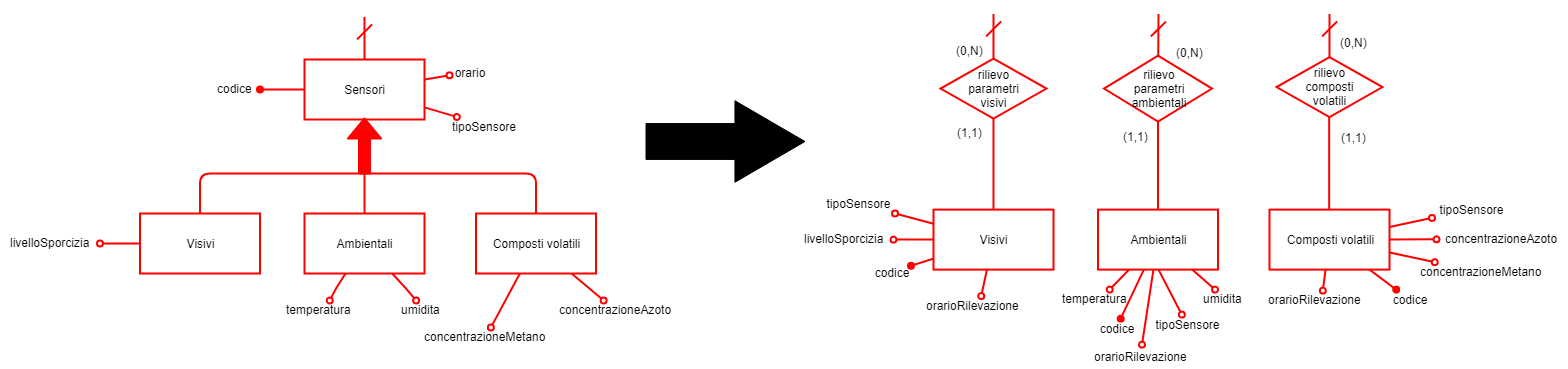
Above: ridondanze/sensori.png in glmquint/Farmhouse (draw.io), before the change. Source tidied: cells renumbered, new cells last; positions are measured from the earlier drawing's top-left corner, leaving out a move shared by most shapes.
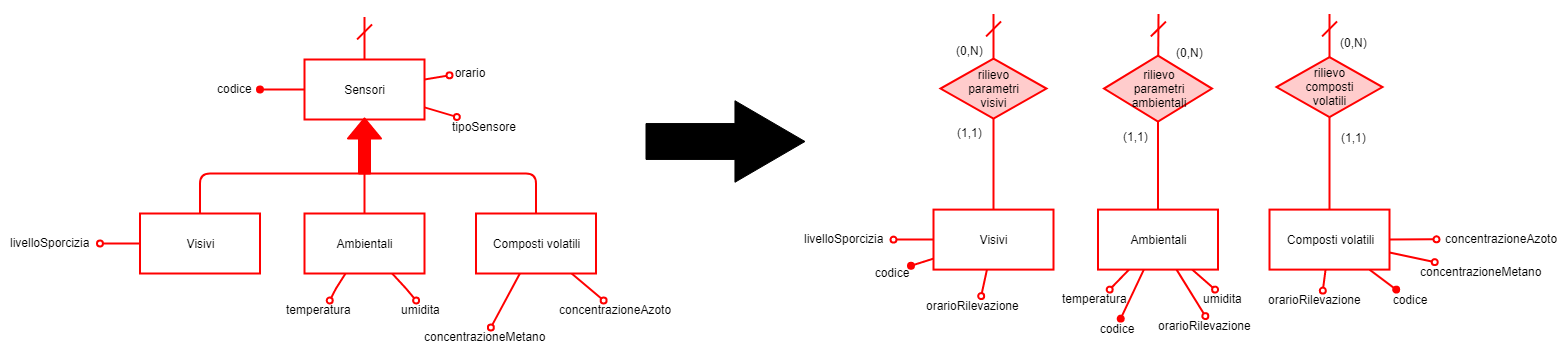
After the change.

The edit, as a diff of the source:
```diff
@@ -93,159 +93,137 @@
     <mxCell id="25" value="concentrazioneAzoto" style="text;html=1;points=[];align=center;verticalAlign=top;spacingTop=-4;" parent="1" vertex="1">
       <mxGeometry x="550" y="287" width="130" height="20" as="geometry" />
     </mxCell>
-    <mxCell id="26" style="edgeStyle=none;rounded=1;jettySize=auto;html=1;endArrow=none;endFill=0;strokeColor=#FF0000;strokeWidth=2;" parent="1" edge="1" source="27" target="32">
+    <mxCell id="26" style="edgeStyle=none;rounded=1;jettySize=auto;html=1;endArrow=none;endFill=0;strokeColor=#FF0000;strokeWidth=2;" parent="1" edge="1" source="27" target="31">
       <mxGeometry relative="1" as="geometry" />
     </mxCell>
-    <mxCell id="27" value="rilievo&lt;br&gt;parametri&lt;br&gt;visivi" style="rhombus;whiteSpace=wrap;html=1;align=center;strokeColor=#FF0000;strokeWidth=2;" parent="1" vertex="1">
+    <mxCell id="27" value="rilievo&lt;br&gt;parametri&lt;br&gt;visivi" style="rhombus;whiteSpace=wrap;html=1;align=center;strokeColor=#FF0000;strokeWidth=2;fillColor=#FFCCCC;" parent="1" vertex="1">
       <mxGeometry x="940" y="45.1" width="106" height="60" as="geometry" />
     </mxCell>
-    <mxCell id="28" style="edgeStyle=none;rounded=1;jettySize=auto;html=1;endArrow=oval;endFill=0;fillColor=#000000;strokeColor=#FF0000;strokeWidth=2;" parent="1" edge="1" source="32" target="39">
+    <mxCell id="28" style="edgeStyle=none;rounded=1;jettySize=auto;html=1;endArrow=oval;endFill=0;fillColor=#000000;strokeColor=#FF0000;strokeWidth=2;" parent="1" edge="1" source="31" target="37">
       <mxGeometry relative="1" as="geometry" />
     </mxCell>
-    <mxCell id="29" style="rounded=0;jettySize=auto;html=1;endArrow=oval;endFill=1;strokeColor=#FF0000;strokeWidth=2;" parent="1" edge="1" source="32" target="53">
+    <mxCell id="29" style="rounded=0;jettySize=auto;html=1;endArrow=oval;endFill=1;strokeColor=#FF0000;strokeWidth=2;" parent="1" edge="1" source="31" target="49">
       <mxGeometry relative="1" as="geometry" />
     </mxCell>
-    <mxCell id="30" style="edgeStyle=none;rounded=0;jettySize=auto;html=1;endArrow=oval;endFill=0;strokeColor=#FF0000;strokeWidth=2;" parent="1" edge="1" source="32" target="52">
+    <mxCell id="30" style="rounded=0;jettySize=auto;html=1;endArrow=oval;endFill=0;strokeColor=#FF0000;strokeWidth=2;" parent="1" edge="1" source="31" target="60">
       <mxGeometry relative="1" as="geometry" />
     </mxCell>
-    <mxCell id="31" style="rounded=0;jettySize=auto;html=1;endArrow=oval;endFill=0;strokeColor=#FF0000;strokeWidth=2;" parent="1" edge="1" source="32" target="66">
-      <mxGeometry relative="1" as="geometry" />
+    <mxCell id="31" value="Visivi&lt;br&gt;" style="rounded=0;whiteSpace=wrap;html=1;align=center;strokeColor=#FF0000;strokeWidth=2;" parent="1" vertex="1">
+      <mxGeometry x="933" y="196.1" width="120" height="60" as="geometry" />
     </mxCell>
-    <mxCell id="32" value="Visivi&lt;br&gt;" style="rounded=0;whiteSpace=wrap;html=1;align=center;strokeColor=#FF0000;strokeWidth=2;" parent="1" vertex="1">
-      <mxGeometry x="933" y="196.1" width="120" height="60" as="geometry" />
+    <mxCell id="32" style="edgeStyle=none;rounded=1;jettySize=auto;html=1;endArrow=oval;endFill=0;fillColor=#000000;strokeColor=#FF0000;strokeWidth=2;" parent="1" edge="1" source="36" target="38">
+      <mxGeometry relative="1" as="geometry" />
     </mxCell>
-    <mxCell id="33" style="edgeStyle=none;rounded=1;jettySize=auto;html=1;endArrow=oval;endFill=0;fillColor=#000000;strokeColor=#FF0000;strokeWidth=2;" parent="1" edge="1" source="38" target="40">
+    <mxCell id="33" style="edgeStyle=none;rounded=1;jettySize=auto;html=1;endArrow=oval;endFill=0;fillColor=#000000;strokeColor=#FF0000;strokeWidth=2;" parent="1" edge="1" source="36" target="39">
       <mxGeometry relative="1" as="geometry" />
     </mxCell>
-    <mxCell id="34" style="edgeStyle=none;rounded=1;jettySize=auto;html=1;endArrow=oval;endFill=0;fillColor=#000000;strokeColor=#FF0000;strokeWidth=2;" parent="1" edge="1" source="38" target="41">
+    <mxCell id="34" style="edgeStyle=none;rounded=0;jettySize=auto;html=1;endArrow=oval;endFill=1;strokeColor=#FF0000;strokeWidth=2;" parent="1" edge="1" source="36" target="51">
       <mxGeometry relative="1" as="geometry" />
     </mxCell>
-    <mxCell id="35" style="edgeStyle=none;rounded=0;jettySize=auto;html=1;endArrow=oval;endFill=1;strokeColor=#FF0000;strokeWidth=2;" parent="1" edge="1" source="38" target="57">
+    <mxCell id="35" style="edgeStyle=none;rounded=0;jettySize=auto;html=1;endArrow=oval;endFill=0;strokeColor=#FF0000;strokeWidth=2;" parent="1" edge="1" source="36" target="62">
       <mxGeometry relative="1" as="geometry" />
     </mxCell>
-    <mxCell id="36" style="edgeStyle=none;rounded=0;jettySize=auto;html=1;endArrow=oval;endFill=0;strokeColor=#FF0000;strokeWidth=2;" parent="1" edge="1" source="38" target="55">
-      <mxGeometry relative="1" as="geometry" />
+    <mxCell id="36" value="Composti volatili&lt;br&gt;" style="rounded=0;whiteSpace=wrap;html=1;align=center;strokeColor=#FF0000;strokeWidth=2;" parent="1" vertex="1">
+      <mxGeometry x="1269" y="196.1" width="120" height="60" as="geometry" />
     </mxCell>
-    <mxCell id="37" style="edgeStyle=none;rounded=0;jettySize=auto;html=1;endArrow=oval;endFill=0;strokeColor=#FF0000;strokeWidth=2;" parent="1" edge="1" source="38" target="68">
-      <mxGeometry relative="1" as="geometry" />
+    <mxCell id="37" value="livelloSporcizia" style="text;html=1;points=[];align=center;verticalAlign=top;spacingTop=-4;" parent="1" vertex="1">
+      <mxGeometry x="793" y="216.1" width="100" height="20" as="geometry" />
     </mxCell>
-    <mxCell id="38" value="Composti volatili&lt;br&gt;" style="rounded=0;whiteSpace=wrap;html=1;align=center;strokeColor=#FF0000;strokeWidth=2;" parent="1" vertex="1">
-      <mxGeometry x="1269" y="196.1" width="120" height="60" as="geometry" />
+    <mxCell id="38" value="concentrazioneAzoto" style="text;html=1;points=[];align=center;verticalAlign=top;spacingTop=-4;" parent="1" vertex="1">
+      <mxGeometry x="1436" y="215.6" width="130" height="20" as="geometry" />
     </mxCell>
-    <mxCell id="39" value="livelloSporcizia" style="text;html=1;points=[];align=center;verticalAlign=top;spacingTop=-4;" parent="1" vertex="1">
-      <mxGeometry x="793" y="216.1" width="100" height="20" as="geometry" />
+    <mxCell id="39" value="concentrazioneMetano" style="text;html=1;points=[];align=center;verticalAlign=top;spacingTop=-4;" parent="1" vertex="1">
+      <mxGeometry x="1411" y="248.6" width="140" height="20" as="geometry" />
     </mxCell>
-    <mxCell id="40" value="concentrazioneAzoto" style="text;html=1;points=[];align=center;verticalAlign=top;spacingTop=-4;" parent="1" vertex="1">
-      <mxGeometry x="1436" y="215.6" width="130" height="20" as="geometry" />
+    <mxCell id="40" value="(0,N)" style="text;html=1;points=[];align=center;verticalAlign=top;spacingTop=-4;" parent="1" vertex="1">
+      <mxGeometry x="945" y="28.1" width="48" height="12" as="geometry" />
     </mxCell>
-    <mxCell id="41" value="concentrazioneMetano" style="text;html=1;points=[];align=center;verticalAlign=top;spacingTop=-4;" parent="1" vertex="1">
-      <mxGeometry x="1411" y="248.6" width="140" height="20" as="geometry" />
+    <mxCell id="41" value="(1,1)&lt;br&gt;" style="text;html=1;points=[];align=center;verticalAlign=top;spacingTop=-4;" parent="1" vertex="1">
+      <mxGeometry x="949.5" y="110.1" width="40" height="20" as="geometry" />
     </mxCell>
-    <mxCell id="42" value="(0,N)" style="text;html=1;align=center;verticalAlign=top;spacingTop=-4;" parent="1" vertex="1">
-      <mxGeometry x="945" y="28.1" width="48" height="12" as="geometry" />
+    <mxCell id="42" style="rounded=0;jettySize=auto;html=1;endArrow=oval;endFill=0;elbow=vertical;strokeColor=#FF0000;strokeWidth=2;" parent="1" edge="1" source="46" target="47">
+      <mxGeometry relative="1" as="geometry" />
     </mxCell>
-    <mxCell id="43" value="(1,1)&lt;br&gt;" style="text;html=1;align=center;verticalAlign=top;spacingTop=-4;" parent="1" vertex="1">
-      <mxGeometry x="949.5" y="110.1" width="40" height="20" as="geometry" />
+    <mxCell id="43" style="edgeStyle=none;rounded=0;jettySize=auto;html=1;endArrow=oval;endFill=0;strokeColor=#FF0000;strokeWidth=2;" parent="1" edge="1" source="46" target="48">
+      <mxGeometry relative="1" as="geometry" />
     </mxCell>
-    <mxCell id="44" style="rounded=0;jettySize=auto;html=1;endArrow=oval;endFill=0;elbow=vertical;strokeColor=#FF0000;strokeWidth=2;" parent="1" edge="1" source="49" target="50">
+    <mxCell id="44" style="edgeStyle=none;rounded=0;jettySize=auto;html=1;endArrow=oval;endFill=1;strokeColor=#FF0000;strokeWidth=2;" parent="1" edge="1" source="46" target="50">
       <mxGeometry relative="1" as="geometry" />
     </mxCell>
-    <mxCell id="45" style="edgeStyle=none;rounded=0;jettySize=auto;html=1;endArrow=oval;endFill=0;strokeColor=#FF0000;strokeWidth=2;" parent="1" edge="1" source="49" target="51">
+    <mxCell id="45" style="edgeStyle=none;rounded=0;jettySize=auto;html=1;endArrow=oval;endFill=0;strokeColor=#FF0000;strokeWidth=2;" parent="1" edge="1" source="46" target="61">
       <mxGeometry relative="1" as="geometry" />
     </mxCell>
-    <mxCell id="46" style="edgeStyle=none;rounded=0;jettySize=auto;html=1;endArrow=oval;endFill=1;strokeColor=#FF0000;strokeWidth=2;" parent="1" edge="1" source="49" target="56">
-      <mxGeometry relative="1" as="geometry" />
+    <mxCell id="46" value="Ambientali" style="rounded=0;whiteSpace=wrap;html=1;align=center;strokeColor=#FF0000;strokeWidth=2;" parent="1" vertex="1">
+      <mxGeometry x="1097.5" y="196.1" width="120" height="60" as="geometry" />
     </mxCell>
-    <mxCell id="47" style="edgeStyle=none;rounded=0;jettySize=auto;html=1;endArrow=oval;endFill=0;strokeColor=#FF0000;strokeWidth=2;" parent="1" edge="1" target="54">
-      <mxGeometry relative="1" as="geometry">
-        <mxPoint x="1157.5" y="255.1" as="sourcePoint" />
-      </mxGeometry>
+    <mxCell id="47" value="temperatura" style="text;html=1;points=[];align=left;verticalAlign=top;spacingTop=-4;" parent="1" vertex="1">
+      <mxGeometry x="1059.5" y="276.1" width="80" height="20" as="geometry" />
     </mxCell>
-    <mxCell id="48" style="edgeStyle=none;rounded=0;jettySize=auto;html=1;endArrow=oval;endFill=0;strokeColor=#FF0000;strokeWidth=2;" parent="1" edge="1" source="49">
-      <mxGeometry relative="1" as="geometry">
-        <mxPoint x="1141.5" y="331.1" as="targetPoint" />
-      </mxGeometry>
+    <mxCell id="48" value="umidita" style="text;html=1;points=[];align=left;verticalAlign=top;spacingTop=-4;" parent="1" vertex="1">
+      <mxGeometry x="1201" y="276.1" width="50" height="20" as="geometry" />
     </mxCell>
-    <mxCell id="49" value="Ambientali" style="rounded=0;whiteSpace=wrap;html=1;align=center;strokeColor=#FF0000;strokeWidth=2;" parent="1" vertex="1">
-      <mxGeometry x="1097.5" y="196.1" width="120" height="60" as="geometry" />
+    <mxCell id="49" value="codice" style="text;html=1;strokeColor=none;fillColor=none;align=center;verticalAlign=middle;whiteSpace=wrap;rounded=0;" parent="1" vertex="1">
+      <mxGeometry x="870.5" y="248.6" width="40" height="20" as="geometry" />
     </mxCell>
-    <mxCell id="50" value="temperatura" style="text;html=1;points=[];align=left;verticalAlign=top;spacingTop=-4;" parent="1" vertex="1">
-      <mxGeometry x="1059.5" y="276.1" width="80" height="20" as="geometry" />
+    <mxCell id="50" value="codice" style="text;html=1;strokeColor=none;fillColor=none;align=center;verticalAlign=middle;whiteSpace=wrap;rounded=0;" parent="1" vertex="1">
+      <mxGeometry x="1095.5" y="305.1" width="40" height="20" as="geometry" />
     </mxCell>
-    <mxCell id="51" value="umidita" style="text;html=1;points=[];align=left;verticalAlign=top;spacingTop=-4;" parent="1" vertex="1">
-      <mxGeometry x="1201" y="276.1" width="50" height="20" as="geometry" />
+    <mxCell id="51" value="codice" style="text;html=1;strokeColor=none;fillColor=none;align=center;verticalAlign=middle;whiteSpace=wrap;rounded=0;" parent="1" vertex="1">
+      <mxGeometry x="1389" y="276.1" width="40" height="20" as="geometry" />
     </mxCell>
-    <mxCell id="52" value="tipoSensore" style="text;html=1;strokeColor=none;fillColor=none;align=center;verticalAlign=middle;whiteSpace=wrap;rounded=0;" parent="1" vertex="1">
-      <mxGeometry x="820.5" y="180.1" width="74" height="20" as="geometry" />
+    <mxCell id="52" value="(0,N)" style="text;html=1;points=[];align=center;verticalAlign=top;spacingTop=-4;" parent="1" vertex="1">
+      <mxGeometry x="1165.5" y="30.1" width="48" height="12" as="geometry" />
     </mxCell>
-    <mxCell id="53" value="codice" style="text;html=1;strokeColor=none;fillColor=none;align=center;verticalAlign=middle;whiteSpace=wrap;rounded=0;" parent="1" vertex="1">
-      <mxGeometry x="870.5" y="248.6" width="40" height="20" as="geometry" />
+    <mxCell id="53" value="rilievo&lt;br&gt;parametri&lt;br&gt;ambientali" style="rhombus;whiteSpace=wrap;html=1;align=center;strokeColor=#FF0000;strokeWidth=2;fillColor=#FFCCCC;" parent="1" vertex="1">
+      <mxGeometry x="1103.5" y="42.1" width="108" height="66" as="geometry" />
     </mxCell>
-    <mxCell id="54" value="tipoSensore" style="text;html=1;strokeColor=none;fillColor=none;align=center;verticalAlign=middle;whiteSpace=wrap;rounded=0;" parent="1" vertex="1">
-      <mxGeometry x="1147" y="301.1" width="79" height="20" as="geometry" />
+    <mxCell id="54" value="(1,1)&lt;br&gt;" style="text;html=1;points=[];align=center;verticalAlign=top;spacingTop=-4;" parent="1" vertex="1">
+      <mxGeometry x="1115.5" y="113.6" width="40" height="20" as="geometry" />
     </mxCell>
-    <mxCell id="55" value="tipoSensore" style="text;html=1;strokeColor=none;fillColor=none;align=center;verticalAlign=middle;whiteSpace=wrap;rounded=0;" parent="1" vertex="1">
-      <mxGeometry x="1431.5" y="186.1" width="79" height="20" as="geometry" />
+    <mxCell id="55" style="edgeStyle=none;rounded=1;jettySize=auto;html=1;endArrow=none;endFill=0;strokeColor=#FF0000;strokeWidth=2;" parent="1" edge="1" source="53" target="46">
+      <mxGeometry relative="1" as="geometry" />
     </mxCell>
-    <mxCell id="56" value="codice" style="text;html=1;strokeColor=none;fillColor=none;align=center;verticalAlign=middle;whiteSpace=wrap;rounded=0;" parent="1" vertex="1">
-      <mxGeometry x="1095.5" y="305.1" width="40" height="20" as="geometry" />
+    <mxCell id="56" value="(0,N)" style="text;html=1;points=[];align=center;verticalAlign=top;spacingTop=-4;" parent="1" vertex="1">
+      <mxGeometry x="1329" y="20.1" width="48" height="12" as="geometry" />
     </mxCell>
-    <mxCell id="57" value="codice" style="text;html=1;strokeColor=none;fillColor=none;align=center;verticalAlign=middle;whiteSpace=wrap;rounded=0;" parent="1" vertex="1">
-      <mxGeometry x="1389" y="276.1" width="40" height="20" as="geometry" />
+    <mxCell id="57" value="rilievo&lt;br&gt;composti &lt;br&gt;volatili" style="rhombus;whiteSpace=wrap;html=1;align=center;strokeColor=#FF0000;strokeWidth=2;fillColor=#FFCCCC;" parent="1" vertex="1">
+      <mxGeometry x="1276" y="43.6" width="106" height="60" as="geometry" />
     </mxCell>
-    <mxCell id="58" value="(0,N)" style="text;html=1;align=center;verticalAlign=top;spacingTop=-4;" parent="1" vertex="1">
-      <mxGeometry x="1165.5" y="30.1" width="48" height="12" as="geometry" />
+    <mxCell id="58" value="(1,1)&lt;br&gt;" style="text;html=1;align=center;verticalAlign=top;spacingTop=-4;" parent="1" vertex="1">
+      <mxGeometry x="1333" y="115.1" width="40" height="20" as="geometry" />
     </mxCell>
-    <mxCell id="59" value="rilievo&lt;br&gt;parametri&lt;br&gt;ambientali" style="rhombus;whiteSpace=wrap;html=1;align=center;strokeColor=#FF0000;strokeWidth=2;" parent="1" vertex="1">
-      <mxGeometry x="1103.5" y="42.1" width="108" height="66" as="geometry" />
+    <mxCell id="59" style="edgeStyle=orthogonalEdgeStyle;rounded=1;jettySize=auto;html=1;endArrow=none;endFill=0;strokeColor=#FF0000;strokeWidth=2;" parent="1" edge="1" source="57" target="36">
+      <mxGeometry relative="1" as="geometry" />
     </mxCell>
-    <mxCell id="60" value="(1,1)&lt;br&gt;" style="text;html=1;points=[];align=center;verticalAlign=top;spacingTop=-4;" parent="1" vertex="1">
-      <mxGeometry x="1115.5" y="113.6" width="40" height="20" as="geometry" />
+    <mxCell id="60" value="orarioRilevazione" style="text;html=1;points=[];align=left;verticalAlign=top;spacingTop=-4;" parent="1" vertex="1">
+      <mxGeometry x="923.5" y="282.6" width="110" height="20" as="geometry" />
     </mxCell>
-    <mxCell id="61" style="edgeStyle=none;rounded=1;jettySize=auto;html=1;endArrow=none;endFill=0;strokeColor=#FF0000;strokeWidth=2;" parent="1" edge="1" source="59" target="49">
-      <mxGeometry relative="1" as="geometry" />
+    <mxCell id="61" value="orarioRilevazione" style="text;html=1;points=[];align=left;verticalAlign=top;spacingTop=-4;" parent="1" vertex="1">
+      <mxGeometry x="1156" y="302.6" width="110" height="20" as="geometry" />
     </mxCell>
-    <mxCell id="62" value="(0,N)" style="text;html=1;points=[];align=center;verticalAlign=top;spacingTop=-4;" parent="1" vertex="1">
-      <mxGeometry x="1329" y="20.1" width="48" height="12" as="geometry" />
+    <mxCell id="62" value="orarioRilevazione" style="text;html=1;points=[];align=left;verticalAlign=top;spacingTop=-4;" parent="1" vertex="1">
+      <mxGeometry x="1266" y="277.1" width="110" height="20" as="geometry" />
     </mxCell>
-    <mxCell id="63" value="rilievo&lt;br&gt;composti &lt;br&gt;volatili" style="rhombus;whiteSpace=wrap;html=1;align=center;strokeColor=#FF0000;strokeWidth=2;" parent="1" vertex="1">
-      <mxGeometry x="1276" y="43.6" width="106" height="60" as="geometry" />
+    <mxCell id="63" style="edgeStyle=none;rounded=1;jettySize=auto;html=1;endArrow=none;endFill=0;strokeColor=#FF0000;strokeWidth=2;startArrow=dash;startFill=0;startSize=12;" parent="1" edge="1" target="27">
+      <mxGeometry relative="1" as="geometry">
+        <mxPoint x="993" y="0.5" as="sourcePoint" />
+      </mxGeometry>
     </mxCell>
-    <mxCell id="64" value="(1,1)&lt;br&gt;" style="text;html=1;align=center;verticalAlign=top;spacingTop=-4;" parent="1" vertex="1">
-      <mxGeometry x="1333" y="115.1" width="40" height="20" as="geometry" />
+    <mxCell id="64" style="edgeStyle=none;rounded=1;jettySize=auto;html=1;endArrow=none;endFill=0;strokeColor=#FF0000;strokeWidth=2;startArrow=dash;startFill=0;startSize=12;" parent="1" edge="1" target="53">
+      <mxGeometry relative="1" as="geometry">
+        <mxPoint x="1158" y="0.5" as="sourcePoint" />
+      </mxGeometry>
     </mxCell>
-    <mxCell id="65" style="edgeStyle=orthogonalEdgeStyle;rounded=1;jettySize=auto;html=1;endArrow=none;endFill=0;strokeColor=#FF0000;strokeWidth=2;" parent="1" edge="1" source="63" target="38">
-      <mxGeometry relative="1" as="geometry" />
+    <mxCell id="65" style="edgeStyle=none;rounded=1;jettySize=auto;html=1;endArrow=none;endFill=0;strokeColor=#FF0000;strokeWidth=2;startArrow=dash;startFill=0;startSize=12;" parent="1" edge="1" target="57">
+      <mxGeometry relative="1" as="geometry">
+        <mxPoint x="1329" y="0.5" as="sourcePoint" />
+      </mxGeometry>
     </mxCell>
-    <mxCell id="66" value="orarioRilevazione" style="text;html=1;points=[];align=left;verticalAlign=top;spacingTop=-4;" parent="1" vertex="1">
-      <mxGeometry x="923.5" y="282.6" width="110" height="20" as="geometry" />
+    <mxCell id="66" style="shape=flexArrow;endArrow=classic;html=1;endWidth=44.70588235294118;endSize=23.013793103448275;width=35.862068965517246;fillColor=#000000;strokeWidth=1;" parent="1" edge="1">
+      <mxGeometry relative="1" as="geometry">
+        <mxPoint x="645" y="128" as="sourcePoint" />
+        <mxPoint x="805" y="128" as="targetPoint" />
+      </mxGeometry>
     </mxCell>
-    <mxCell id="67" value="orarioRilevazione" style="text;html=1;align=left;verticalAlign=top;spacingTop=-4;" parent="1" vertex="1">
-      <mxGeometry x="1092" y="334.1" width="110" height="20" as="geometry" />
-    </mxCell>
-    <mxCell id="68" value="orarioRilevazione" style="text;html=1;points=[];align=left;verticalAlign=top;spacingTop=-4;" parent="1" vertex="1">
-      <mxGeometry x="1266" y="277.1" width="110" height="20" as="geometry" />
-    </mxCell>
-    <mxCell id="69" style="edgeStyle=none;rounded=1;jettySize=auto;html=1;endArrow=none;endFill=0;strokeColor=#FF0000;strokeWidth=2;startArrow=dash;startFill=0;startSize=12;" parent="1" edge="1" target="27">
-      <mxGeometry relative="1" as="geometry">
-        <mxPoint x="993" y="0.5" as="sourcePoint" />
-      </mxGeometry>
-    </mxCell>
-    <mxCell id="70" style="edgeStyle=none;rounded=1;jettySize=auto;html=1;endArrow=none;endFill=0;strokeColor=#FF0000;strokeWidth=2;startArrow=dash;startFill=0;startSize=12;" parent="1" edge="1" target="59">
-      <mxGeometry relative="1" as="geometry">
-        <mxPoint x="1158" y="0.5" as="sourcePoint" />
-      </mxGeometry>
-    </mxCell>
-    <mxCell id="71" style="edgeStyle=none;rounded=1;jettySize=auto;html=1;endArrow=none;endFill=0;strokeColor=#FF0000;strokeWidth=2;startArrow=dash;startFill=0;startSize=12;" parent="1" edge="1" target="63">
-      <mxGeometry relative="1" as="geometry">
-        <mxPoint x="1329" y="0.5" as="sourcePoint" />
-      </mxGeometry>
-    </mxCell>
-    <mxCell id="72" style="shape=flexArrow;endArrow=classic;html=1;endWidth=44.70588235294118;endSize=23.013793103448275;width=35.862068965517246;fillColor=#000000;strokeWidth=1;" parent="1" edge="1">
-      <mxGeometry relative="1" as="geometry">
-        <mxPoint x="645" y="128" as="sourcePoint" />
-        <mxPoint x="805" y="128" as="targetPoint" />
-      </mxGeometry>
-    </mxCell>
   </root>
 </mxGraphModel>
```
